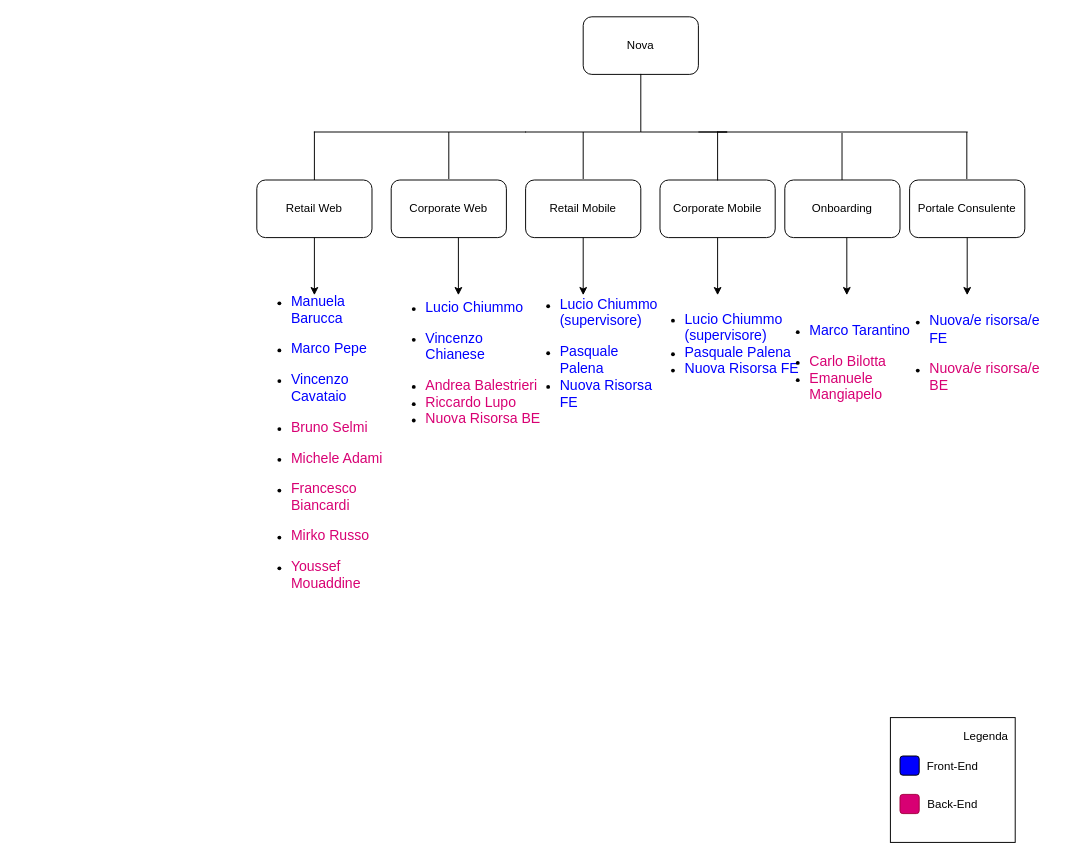
Earlier version of the draw.io diagram Struttura Sottoteam FE/FE_Team_Nova.drawio (berserker95/nova-org). Source tidied: cells renumbered, new cells numbered last; positions are measured from the earlier drawing's top-left corner, leaving out a move shared by most shapes. Both pictures are drawn from the tidied source at 96%, with x=0, y=0 at pixel (247, 16).
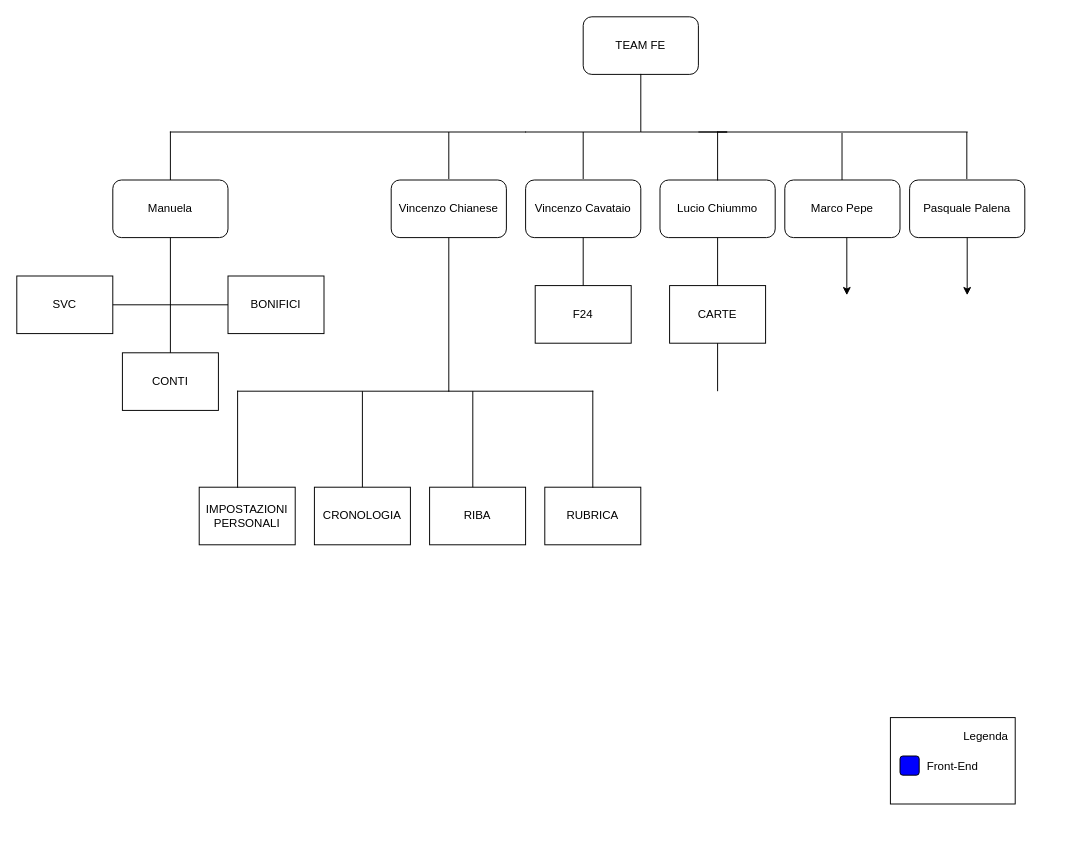
Above is the later version.

What changed in the source:
```diff
@@
-    <mxCell id="2" value="Nova" style="rounded=1;whiteSpace=wrap;html=1;" parent="1" vertex="1">
+    <mxCell id="2" value="TEAM FE" style="rounded=1;whiteSpace=wrap;html=1;" parent="1" vertex="1">
       <mxGeometry x="350" width="120" height="60" as="geometry" />
     </mxCell>
@@
     <mxCell id="4" style="shape=partialRectangle;whiteSpace=wrap;html=1;bottom=0;right=0;fillColor=none;" parent="1" vertex="1">
-      <mxGeometry x="70" y="120" width="220" height="50" as="geometry" />
+      <mxGeometry x="-80" y="120" width="370" height="50" as="geometry" />
     </mxCell>
-    <mxCell id="5" value="Retail Web" style="rounded=1;whiteSpace=wrap;html=1;" parent="1" vertex="1">
-      <mxGeometry x="10" y="170" width="120" height="60" as="geometry" />
+    <mxCell id="5" value="Manuela" style="rounded=1;whiteSpace=wrap;html=1;" parent="1" vertex="1">
+      <mxGeometry x="-140" y="170" width="120" height="60" as="geometry" />
     </mxCell>
-    <mxCell id="6" value="Corporate Web" style="rounded=1;whiteSpace=wrap;html=1;" parent="1" vertex="1">
+    <mxCell id="6" value="Vincenzo Chianese" style="rounded=1;whiteSpace=wrap;html=1;" parent="1" vertex="1">
       <mxGeometry x="150" y="170" width="120" height="60" as="geometry" />
     </mxCell>
@@
-    <mxCell id="9" value="Retail Mobile" style="rounded=1;whiteSpace=wrap;html=1;" parent="1" vertex="1">
+    <mxCell id="9" value="Vincenzo Cavataio" style="rounded=1;whiteSpace=wrap;html=1;" parent="1" vertex="1">
       <mxGeometry x="290" y="170" width="120" height="60" as="geometry" />
     </mxCell>
-    <mxCell id="10" value="Corporate Mobile" style="rounded=1;whiteSpace=wrap;html=1;" parent="1" vertex="1">
+    <mxCell id="10" value="Lucio Chiummo" style="rounded=1;whiteSpace=wrap;html=1;" parent="1" vertex="1">
       <mxGeometry x="430" y="170" width="120" height="60" as="geometry" />
     </mxCell>
-    <mxCell id="11" value="Onboarding" style="rounded=1;whiteSpace=wrap;html=1;" parent="1" vertex="1">
+    <mxCell id="11" value="Marco Pepe" style="rounded=1;whiteSpace=wrap;html=1;" parent="1" vertex="1">
       <mxGeometry x="560" y="170" width="120" height="60" as="geometry" />
     </mxCell>
-    <mxCell id="12" value="Portale Consulente" style="rounded=1;whiteSpace=wrap;html=1;" parent="1" vertex="1">
+    <mxCell id="12" value="Pasquale Palena" style="rounded=1;whiteSpace=wrap;html=1;" parent="1" vertex="1">
       <mxGeometry x="690" y="170" width="120" height="60" as="geometry" />
     </mxCell>
@@
-    <mxCell id="18" style="endArrow=classic;html=1;rounded=0;" parent="1" edge="1">
-      <mxGeometry relative="1" as="geometry">
-        <mxPoint x="70" y="230" as="sourcePoint" />
-        <mxPoint x="70" y="290" as="targetPoint" />
-        <Array as="points">
-          <mxPoint x="70" y="230" />
-        </Array>
-      </mxGeometry>
-    </mxCell>
-    <mxCell id="19" value="&lt;ul style=&quot;direction:ltr;unicode-bidi:embed;margin-top:0in;&lt;br/&gt; margin-bottom:0in&quot; type=&quot;disc&quot;&gt;&lt;br&gt; &lt;li style=&quot;margin-top:0;margin-bottom:0;vertical-align:middle&quot;&gt;&lt;span style=&quot;font-family:Calibri;font-size:11.0pt&quot;&gt;&lt;font style=&quot;color: rgb(0, 0, 255);&quot;&gt;Manuela Barucca&lt;/font&gt;&lt;/span&gt;&lt;/li&gt;&lt;font style=&quot;color: rgb(0, 0, 255);&quot;&gt;&lt;br&gt; &lt;/font&gt;&lt;li style=&quot;margin-top:0;margin-bottom:0;vertical-align:middle&quot;&gt;&lt;span style=&quot;font-family:Calibri;font-size:11.0pt&quot;&gt;&lt;font style=&quot;color: rgb(0, 0, 255);&quot;&gt;Marco Pepe&lt;/font&gt;&lt;/span&gt;&lt;/li&gt;&lt;font style=&quot;color: rgb(0, 0, 255);&quot;&gt;&lt;br&gt; &lt;/font&gt;&lt;li style=&quot;margin-top:0;margin-bottom:0;vertical-align:middle&quot;&gt;&lt;span style=&quot;font-family:Calibri;font-size:11.0pt&quot;&gt;&lt;font style=&quot;color: rgb(0, 0, 255);&quot;&gt;Vincenzo Cavataio&lt;/font&gt;&lt;/span&gt;&lt;/li&gt;&lt;br&gt; &lt;li style=&quot;margin-top:0;margin-bottom:0;vertical-align:middle&quot;&gt;&lt;span style=&quot;font-family:Calibri;font-size:11.0pt&quot;&gt;&lt;font style=&quot;color: light-dark(rgb(216, 0, 115), rgb(237, 237, 237));&quot;&gt;Bruno Selmi&lt;/font&gt;&lt;/span&gt;&lt;/li&gt;&lt;font style=&quot;color: light-dark(rgb(216, 0, 115), rgb(237, 237, 237));&quot;&gt;&lt;br&gt; &lt;/font&gt;&lt;li style=&quot;margin-top:0;margin-bottom:0;vertical-align:middle&quot;&gt;&lt;span style=&quot;font-family:Calibri;font-size:11.0pt&quot;&gt;&lt;font style=&quot;color: light-dark(rgb(216, 0, 115), rgb(237, 237, 237));&quot;&gt;Michele Adami&lt;/font&gt;&lt;/span&gt;&lt;/li&gt;&lt;font style=&quot;color: light-dark(rgb(216, 0, 115), rgb(237, 237, 237));&quot;&gt;&lt;br&gt; &lt;/font&gt;&lt;li style=&quot;margin-top:0;margin-bottom:0;vertical-align:middle&quot;&gt;&lt;span style=&quot;font-family:Calibri;font-size:11.0pt&quot;&gt;&lt;font style=&quot;color: light-dark(rgb(216, 0, 115), rgb(237, 237, 237));&quot;&gt;Francesco Biancardi&lt;/font&gt;&lt;/span&gt;&lt;/li&gt;&lt;font style=&quot;color: light-dark(rgb(216, 0, 115), rgb(237, 237, 237));&quot;&gt;&lt;br&gt; &lt;/font&gt;&lt;li style=&quot;margin-top:0;margin-bottom:0;vertical-align:middle&quot;&gt;&lt;span style=&quot;font-family:Calibri;font-size:11.0pt&quot;&gt;&lt;font style=&quot;color: light-dark(rgb(216, 0, 115), rgb(237, 237, 237));&quot;&gt;Mirko Russo&lt;/font&gt;&lt;/span&gt;&lt;/li&gt;&lt;font style=&quot;color: light-dark(rgb(216, 0, 115), rgb(237, 237, 237));&quot;&gt;&lt;br&gt; &lt;/font&gt;&lt;li style=&quot;margin-top:0;margin-bottom:0;vertical-align:middle&quot;&gt;&lt;span style=&quot;font-family:Calibri;font-size:11.0pt&quot;&gt;&lt;font style=&quot;color: light-dark(rgb(216, 0, 115), rgb(237, 237, 237));&quot;&gt;Youssef Mouaddine&lt;/font&gt;&lt;/span&gt;&lt;/li&gt;&lt;br&gt;&lt;/ul&gt;" style="text;align=left;verticalAlign=middle;spacingLeft=4;spacingRight=4;overflow=hidden;whiteSpace=wrap;html=1;strokeColor=none;fillColor=none;" parent="1" vertex="1">
-      <mxGeometry y="260" width="160" height="380" as="geometry" />
-    </mxCell>
-    <mxCell id="20" style="endArrow=classic;html=1;rounded=0;" parent="1" edge="1">
-      <mxGeometry relative="1" as="geometry">
-        <mxPoint x="220" y="230" as="sourcePoint" />
-        <mxPoint x="220" y="290" as="targetPoint" />
-        <Array as="points">
-          <mxPoint x="220" y="230" />
-        </Array>
-      </mxGeometry>
-    </mxCell>
     <mxCell id="21" value="Legenda" style="rounded=0;whiteSpace=wrap;html=1;verticalAlign=top;align=right;spacingTop=1;spacingBottom=0;spacingLeft=7;spacing=7;" parent="1" vertex="1">
-      <mxGeometry x="670" y="730" width="130" height="130" as="geometry" />
+      <mxGeometry x="670" y="730" width="130" height="90" as="geometry" />
     </mxCell>
@@
-    <mxCell id="24" style="rounded=1;whiteSpace=wrap;html=1;fillColor=#d80073;fontColor=#ffffff;strokeColor=#A50040;" parent="1" vertex="1">
-      <mxGeometry x="680" y="810" width="20" height="20" as="geometry" />
-    </mxCell>
-    <mxCell id="25" value="Back-End" style="text;html=1;align=center;verticalAlign=middle;whiteSpace=wrap;rounded=0;spacingTop=1;spacing=0;labelBackgroundColor=default;" parent="1" vertex="1">
-      <mxGeometry x="680" y="800" width="110" height="40" as="geometry" />
-    </mxCell>
@@
-    <mxCell id="27" value="&lt;ul style=&quot;direction:ltr;unicode-bidi:embed;margin-top:0in;&lt;br/&gt; margin-bottom:0in&quot; type=&quot;disc&quot;&gt;&lt;br&gt; &lt;li style=&quot;margin-top:0;margin-bottom:0;vertical-align:middle&quot;&gt;&lt;span style=&quot;font-family:Calibri;font-size:11.0pt&quot;&gt;&lt;font style=&quot;color: rgb(0, 0, 255);&quot;&gt;Lucio Chiummo&lt;/font&gt;&lt;/span&gt;&lt;/li&gt;&lt;font style=&quot;color: rgb(0, 0, 255);&quot;&gt;&lt;br&gt; &lt;/font&gt;&lt;li style=&quot;margin-top:0;margin-bottom:0;vertical-align:middle&quot;&gt;&lt;font face=&quot;Calibri&quot; color=&quot;#0000ff&quot;&gt;&lt;span style=&quot;font-size: 14.6667px;&quot;&gt;Vincenzo Chianese&lt;/span&gt;&lt;/font&gt;&lt;/li&gt;&lt;br&gt; &lt;li style=&quot;margin-top:0;margin-bottom:0;vertical-align:middle&quot;&gt;&lt;font face=&quot;Calibri&quot; color=&quot;#d80073&quot;&gt;&lt;span style=&quot;font-size: 14.6667px;&quot;&gt;Andrea Balestrieri&lt;/span&gt;&lt;/font&gt;&lt;/li&gt;&lt;li style=&quot;margin-top:0;margin-bottom:0;vertical-align:middle&quot;&gt;&lt;font face=&quot;Calibri&quot; color=&quot;#d80073&quot;&gt;&lt;span style=&quot;font-size: 14.6667px;&quot;&gt;Riccardo Lupo&lt;/span&gt;&lt;/font&gt;&lt;/li&gt;&lt;li style=&quot;margin-top:0;margin-bottom:0;vertical-align:middle&quot;&gt;&lt;font face=&quot;Calibri&quot; color=&quot;#d80073&quot;&gt;&lt;span style=&quot;font-size: 14.6667px;&quot;&gt;Nuova Risorsa BE&lt;/span&gt;&lt;/font&gt;&lt;/li&gt;&lt;/ul&gt;" style="text;align=left;verticalAlign=middle;spacingLeft=4;spacingRight=4;overflow=hidden;whiteSpace=wrap;html=1;strokeColor=none;fillColor=none;" parent="1" vertex="1">
-      <mxGeometry x="140" y="260" width="170" height="200" as="geometry" />
-    </mxCell>
-    <mxCell id="28" style="endArrow=classic;html=1;rounded=0;" parent="1" edge="1">
-      <mxGeometry relative="1" as="geometry">
-        <mxPoint x="350" y="230" as="sourcePoint" />
-        <mxPoint x="350" y="290" as="targetPoint" />
-        <Array as="points">
-          <mxPoint x="350" y="230" />
-        </Array>
-      </mxGeometry>
-    </mxCell>
-    <mxCell id="29" value="&lt;ul style=&quot;direction:ltr;unicode-bidi:embed;margin-top:0in;&lt;br/&gt; margin-bottom:0in&quot; type=&quot;disc&quot;&gt;&lt;br&gt; &lt;li style=&quot;margin-top:0;margin-bottom:0;vertical-align:middle&quot;&gt;&lt;span style=&quot;font-family:Calibri;font-size:11.0pt&quot;&gt;&lt;font style=&quot;color: rgb(0, 0, 255);&quot;&gt;Lucio Chiummo (supervisore)&lt;/font&gt;&lt;/span&gt;&lt;/li&gt;&lt;font style=&quot;color: rgb(0, 0, 255);&quot;&gt;&lt;br&gt; &lt;/font&gt;&lt;li style=&quot;margin-top:0;margin-bottom:0;vertical-align:middle&quot;&gt;&lt;font face=&quot;Calibri&quot; color=&quot;#0000ff&quot;&gt;&lt;span style=&quot;font-size: 14.6667px;&quot;&gt;Pasquale Palena&lt;/span&gt;&lt;/font&gt;&lt;/li&gt;&lt;li style=&quot;margin-top:0;margin-bottom:0;vertical-align:middle&quot;&gt;&lt;font face=&quot;Calibri&quot; color=&quot;#0000ff&quot;&gt;&lt;span style=&quot;font-size: 14.6667px;&quot;&gt;Nuova Risorsa FE&lt;/span&gt;&lt;/font&gt;&lt;/li&gt;&lt;/ul&gt;" style="text;align=left;verticalAlign=middle;spacingLeft=4;spacingRight=4;overflow=hidden;whiteSpace=wrap;html=1;strokeColor=none;fillColor=none;" parent="1" vertex="1">
-      <mxGeometry x="280" y="250" width="160" height="200" as="geometry" />
-    </mxCell>
-    <mxCell id="30" value="&lt;ul style=&quot;direction:ltr;unicode-bidi:embed;margin-top:0in;&lt;br/&gt; margin-bottom:0in&quot; type=&quot;disc&quot;&gt;&lt;br&gt; &lt;li style=&quot;margin-top:0;margin-bottom:0;vertical-align:middle&quot;&gt;&lt;span style=&quot;font-family:Calibri;font-size:11.0pt&quot;&gt;&lt;font style=&quot;color: rgb(0, 0, 255);&quot;&gt;Lucio Chiummo (supervisore)&lt;/font&gt;&lt;/span&gt;&lt;/li&gt;&lt;li style=&quot;margin-top:0;margin-bottom:0;vertical-align:middle&quot;&gt;&lt;font face=&quot;Calibri&quot; color=&quot;#0000ff&quot;&gt;&lt;span style=&quot;font-size: 14.6667px;&quot;&gt;Pasquale Palena&lt;/span&gt;&lt;/font&gt;&lt;/li&gt;&lt;li style=&quot;margin-top:0;margin-bottom:0;vertical-align:middle&quot;&gt;&lt;font face=&quot;Calibri&quot; color=&quot;#0000ff&quot;&gt;&lt;span style=&quot;font-size: 14.6667px;&quot;&gt;Nuova Risorsa FE&lt;/span&gt;&lt;/font&gt;&lt;/li&gt;&lt;/ul&gt;" style="text;align=left;verticalAlign=middle;spacingLeft=4;spacingRight=4;overflow=hidden;whiteSpace=wrap;html=1;strokeColor=none;fillColor=none;" parent="1" vertex="1">
-      <mxGeometry x="410" y="240" width="180" height="200" as="geometry" />
-    </mxCell>
-    <mxCell id="31" style="endArrow=classic;html=1;rounded=0;" parent="1" edge="1">
-      <mxGeometry relative="1" as="geometry">
-        <mxPoint x="490" y="230" as="sourcePoint" />
-        <mxPoint x="490" y="290" as="targetPoint" />
-        <Array as="points">
-          <mxPoint x="490" y="230" />
-        </Array>
-      </mxGeometry>
-    </mxCell>
-    <mxCell id="32" value="&lt;ul style=&quot;direction:ltr;unicode-bidi:embed;margin-top:0in;&lt;br/&gt; margin-bottom:0in&quot; type=&quot;disc&quot;&gt;&lt;br&gt; &lt;li style=&quot;margin-top:0;margin-bottom:0;vertical-align:middle&quot;&gt;&lt;font face=&quot;Calibri&quot; color=&quot;#0000ff&quot;&gt;&lt;span style=&quot;font-size: 14.6667px;&quot;&gt;Marco Tarantino&lt;/span&gt;&lt;/font&gt;&lt;/li&gt;&lt;br&gt; &lt;li style=&quot;margin-top:0;margin-bottom:0;vertical-align:middle&quot;&gt;&lt;font face=&quot;Calibri&quot; color=&quot;#d80073&quot;&gt;&lt;span style=&quot;font-size: 14.6667px;&quot;&gt;Carlo Bilotta&lt;/span&gt;&lt;/font&gt;&lt;/li&gt;&lt;li style=&quot;margin-top:0;margin-bottom:0;vertical-align:middle&quot;&gt;&lt;font face=&quot;Calibri&quot; color=&quot;#d80073&quot;&gt;&lt;span style=&quot;font-size: 14.6667px;&quot;&gt;Emanuele Mangiapelo&lt;/span&gt;&lt;/font&gt;&lt;/li&gt;&lt;/ul&gt;" style="text;align=left;verticalAlign=middle;spacingLeft=4;spacingRight=4;overflow=hidden;whiteSpace=wrap;html=1;strokeColor=none;fillColor=none;" parent="1" vertex="1">
-      <mxGeometry x="540" y="260" width="170" height="200" as="geometry" />
-    </mxCell>
-    <mxCell id="33" value="&lt;ul style=&quot;direction:ltr;unicode-bidi:embed;margin-top:0in;&lt;br/&gt; margin-bottom:0in&quot; type=&quot;disc&quot;&gt;&lt;br&gt; &lt;li style=&quot;margin-top:0;margin-bottom:0;vertical-align:middle&quot;&gt;&lt;font face=&quot;Calibri&quot; color=&quot;#0000ff&quot;&gt;&lt;span style=&quot;font-size: 14.6667px;&quot;&gt;Nuova/e risorsa/e FE&lt;/span&gt;&lt;/font&gt;&lt;/li&gt;&lt;br&gt; &lt;li style=&quot;margin-top:0;margin-bottom:0;vertical-align:middle&quot;&gt;&lt;font face=&quot;Calibri&quot; color=&quot;#d80073&quot;&gt;&lt;span style=&quot;font-size: 14.6667px;&quot;&gt;Nuova/e risorsa/e BE&lt;/span&gt;&lt;/font&gt;&lt;/li&gt;&lt;/ul&gt;" style="text;align=left;verticalAlign=middle;spacingLeft=4;spacingRight=4;overflow=hidden;whiteSpace=wrap;html=1;strokeColor=none;fillColor=none;" parent="1" vertex="1">
-      <mxGeometry x="665" y="250" width="170" height="200" as="geometry" />
-    </mxCell>
@@
+    <mxCell id="36" value="SVC" style="whiteSpace=wrap;html=1;align=center;verticalAlign=middle;" parent="1" vertex="1">
+      <mxGeometry x="-240" y="270" width="100" height="60" as="geometry" />
+    </mxCell>
+    <mxCell id="37" value="BONIFICI" style="whiteSpace=wrap;html=1;align=center;verticalAlign=middle;" parent="1" vertex="1">
+      <mxGeometry x="-20" y="270" width="100" height="60" as="geometry" />
+    </mxCell>
+    <mxCell id="38" value="CONTI" style="whiteSpace=wrap;html=1;align=center;verticalAlign=middle;newEdgeStyle={&quot;edgeStyle&quot;:&quot;elbowEdgeStyle&quot;,&quot;startArrow&quot;:&quot;none&quot;,&quot;endArrow&quot;:&quot;none&quot;};" parent="1" vertex="1">
+      <mxGeometry x="-130" y="350" width="100" height="60" as="geometry" />
+    </mxCell>
+    <mxCell id="39" style="line;strokeWidth=1;direction=south;html=1;perimeter=backbonePerimeter;" parent="1" vertex="1">
+      <mxGeometry x="-85" y="230" width="10" height="120" as="geometry" />
+    </mxCell>
+    <mxCell id="40" style="line;strokeWidth=1;html=1;" parent="1" vertex="1">
+      <mxGeometry x="-140" y="295" width="120" height="10" as="geometry" />
+    </mxCell>
+    <mxCell id="41" value="IMPOSTAZIONI PERSONALI" style="whiteSpace=wrap;html=1;align=center;verticalAlign=middle;" parent="1" vertex="1">
+      <mxGeometry x="-50" y="490" width="100" height="60" as="geometry" />
+    </mxCell>
+    <mxCell id="42" value="RIBA" style="whiteSpace=wrap;html=1;align=center;verticalAlign=middle;" parent="1" vertex="1">
+      <mxGeometry x="190" y="490" width="100" height="60" as="geometry" />
+    </mxCell>
+    <mxCell id="43" value="CRONOLOGIA" style="whiteSpace=wrap;html=1;align=center;verticalAlign=middle;" parent="1" vertex="1">
+      <mxGeometry x="70" y="490" width="100" height="60" as="geometry" />
+    </mxCell>
+    <mxCell id="44" value="RUBRICA" style="whiteSpace=wrap;html=1;align=center;verticalAlign=middle;" parent="1" vertex="1">
+      <mxGeometry x="310" y="490" width="100" height="60" as="geometry" />
+    </mxCell>
+    <mxCell id="45" style="line;strokeWidth=1;direction=south;html=1;" parent="1" vertex="1">
+      <mxGeometry x="205" y="230" width="10" height="160" as="geometry" />
+    </mxCell>
+    <mxCell id="46" style="shape=partialRectangle;whiteSpace=wrap;html=1;bottom=0;right=0;fillColor=none;" parent="1" vertex="1">
+      <mxGeometry x="-10" y="390" width="220" height="100" as="geometry" />
+    </mxCell>
+    <mxCell id="47" style="shape=partialRectangle;whiteSpace=wrap;html=1;bottom=0;right=0;fillColor=none;direction=south;" parent="1" vertex="1">
+      <mxGeometry x="210" y="390" width="150" height="100" as="geometry" />
+    </mxCell>
+    <mxCell id="48" style="line;strokeWidth=1;direction=south;html=1;perimeter=backbonePerimeter;" parent="1" vertex="1">
+      <mxGeometry x="115" y="390" width="10" height="100" as="geometry" />
+    </mxCell>
+    <mxCell id="49" style="line;strokeWidth=1;direction=south;html=1;perimeter=backbonePerimeter;" parent="1" vertex="1">
+      <mxGeometry x="230" y="390" width="10" height="100" as="geometry" />
+    </mxCell>
+    <mxCell id="50" value="F24" style="whiteSpace=wrap;html=1;align=center;verticalAlign=middle;" parent="1" vertex="1">
+      <mxGeometry x="300" y="280" width="100" height="60" as="geometry" />
+    </mxCell>
+    <mxCell id="51" style="line;strokeWidth=1;direction=south;html=1;perimeter=backbonePerimeter;" parent="1" vertex="1">
+      <mxGeometry x="345" y="230" width="10" height="50" as="geometry" />
+    </mxCell>
+    <mxCell id="52" value="CARTE" style="whiteSpace=wrap;html=1;align=center;verticalAlign=middle;" parent="1" vertex="1">
+      <mxGeometry x="440" y="280" width="100" height="60" as="geometry" />
+    </mxCell>
+    <mxCell id="53" style="line;strokeWidth=1;direction=south;html=1;perimeter=backbonePerimeter;" parent="1" vertex="1">
+      <mxGeometry x="485" y="230" width="10" height="50" as="geometry" />
+    </mxCell>
+    <mxCell id="54" style="line;strokeWidth=1;direction=south;html=1;perimeter=backbonePerimeter;" parent="1" vertex="1">
+      <mxGeometry x="485" y="340" width="10" height="50" as="geometry" />
+    </mxCell>
```
